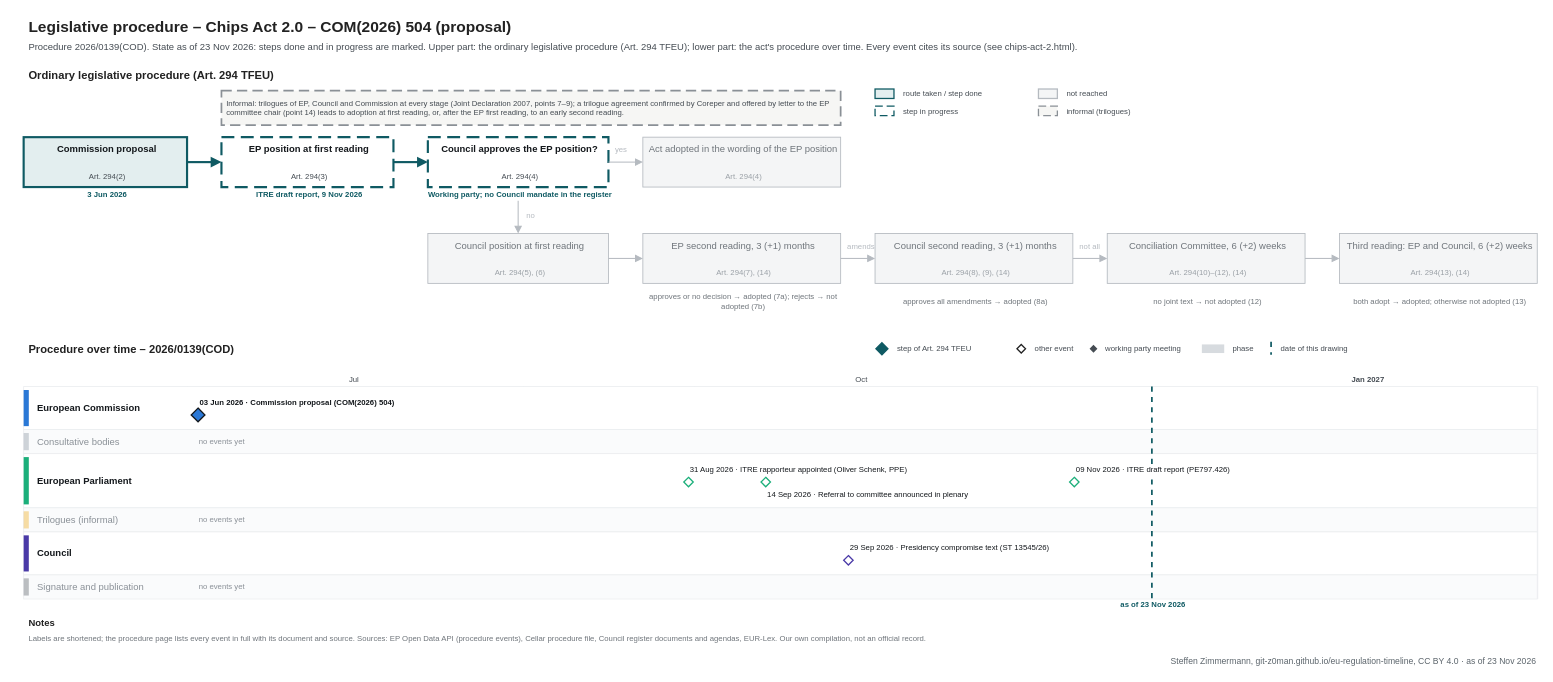
This is procedures/chips-act-2.drawio from git-z0man/eu-regulation-timeline, a draw.io file, before an edit. Source tidied: cells renumbered, new cells numbered last; positions are measured from the earlier drawing's top-left corner, leaving out a move shared by most shapes. Both pictures are drawn from the tidied source at 86%, with x=0, y=0 at pixel (15, 15).
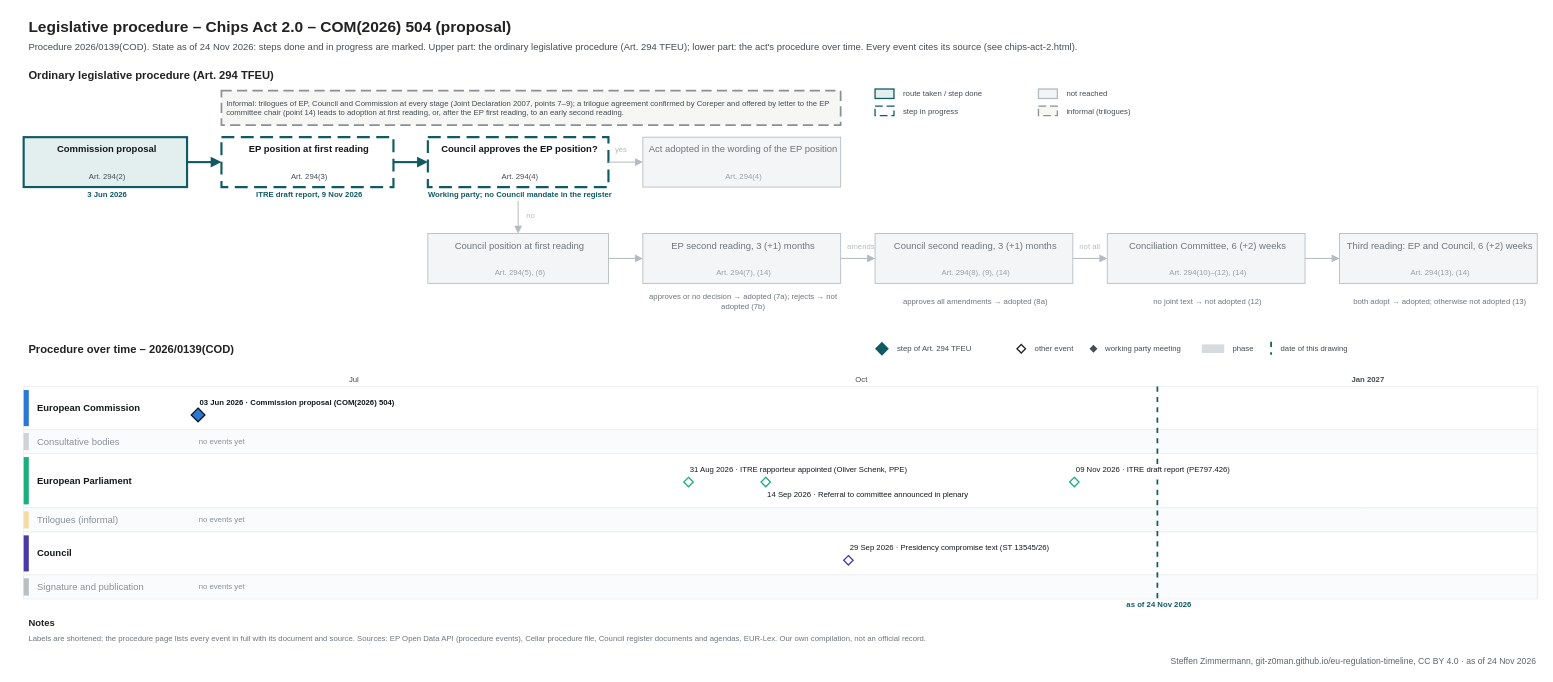
The same page after the edit.

The edit, as a diff of the source:
```diff
@@
-    <mxCell id="3" value="Procedure 2026/0139(COD). State as of 23 Nov 2026: steps done and in progress are marked. Upper part: the ordinary legislative procedure (Art. 294 TFEU); lower part: the act's procedure over time. Every event cites its source (see chips-act-2.html)." style="text;html=1;fontSize=11;fontColor=#454c53;align=left;verticalAlign=middle;spacingLeft=4;" parent="1" vertex="1">
+    <mxCell id="3" value="Procedure 2026/0139(COD). State as of 24 Nov 2026: steps done and in progress are marked. Upper part: the ordinary legislative procedure (Art. 294 TFEU); lower part: the act's procedure over time. Every event cites its source (see chips-act-2.html)." style="text;html=1;fontSize=11;fontColor=#454c53;align=left;verticalAlign=middle;spacingLeft=4;" parent="1" vertex="1">
       <mxGeometry x="10" y="28" width="1700" height="18" as="geometry" />
     </mxCell>
@@
     <mxCell id="105" style="line;html=1;strokeWidth=2;strokeColor=#0f5a63;direction=south;dashed=1;" parent="1" vertex="1">
-      <mxGeometry x="1321.4" y="432" width="1" height="247" as="geometry" />
+      <mxGeometry x="1327.8" y="432" width="1" height="247" as="geometry" />
     </mxCell>
-    <mxCell id="106" value="as of 23 Nov 2026" style="text;html=1;fontSize=9;fontColor=#0f5a63;align=center;verticalAlign=middle;spacingLeft=4;fontStyle=1;" parent="1" vertex="1">
-      <mxGeometry x="1261.4" y="680" width="120" height="12" as="geometry" />
+    <mxCell id="106" value="as of 24 Nov 2026" style="text;html=1;fontSize=9;fontColor=#0f5a63;align=center;verticalAlign=middle;spacingLeft=4;fontStyle=1;" parent="1" vertex="1">
+      <mxGeometry x="1267.8" y="680" width="120" height="12" as="geometry" />
     </mxCell>
@@
-    <mxCell id="119" value="Steffen Zimmermann, git-z0man.github.io/eu-regulation-timeline, CC BY 4.0 · as of 23 Nov 2026" style="text;html=1;fontSize=10;fontColor=#5b646b;align=right;verticalAlign=middle;spacingLeft=4;" parent="1" vertex="1">
+    <mxCell id="119" value="Steffen Zimmermann, git-z0man.github.io/eu-regulation-timeline, CC BY 4.0 · as of 24 Nov 2026" style="text;html=1;fontSize=10;fontColor=#5b646b;align=right;verticalAlign=middle;spacingLeft=4;" parent="1" vertex="1">
       <mxGeometry x="10" y="743" width="1760" height="16" as="geometry" />
     </mxCell>
```
